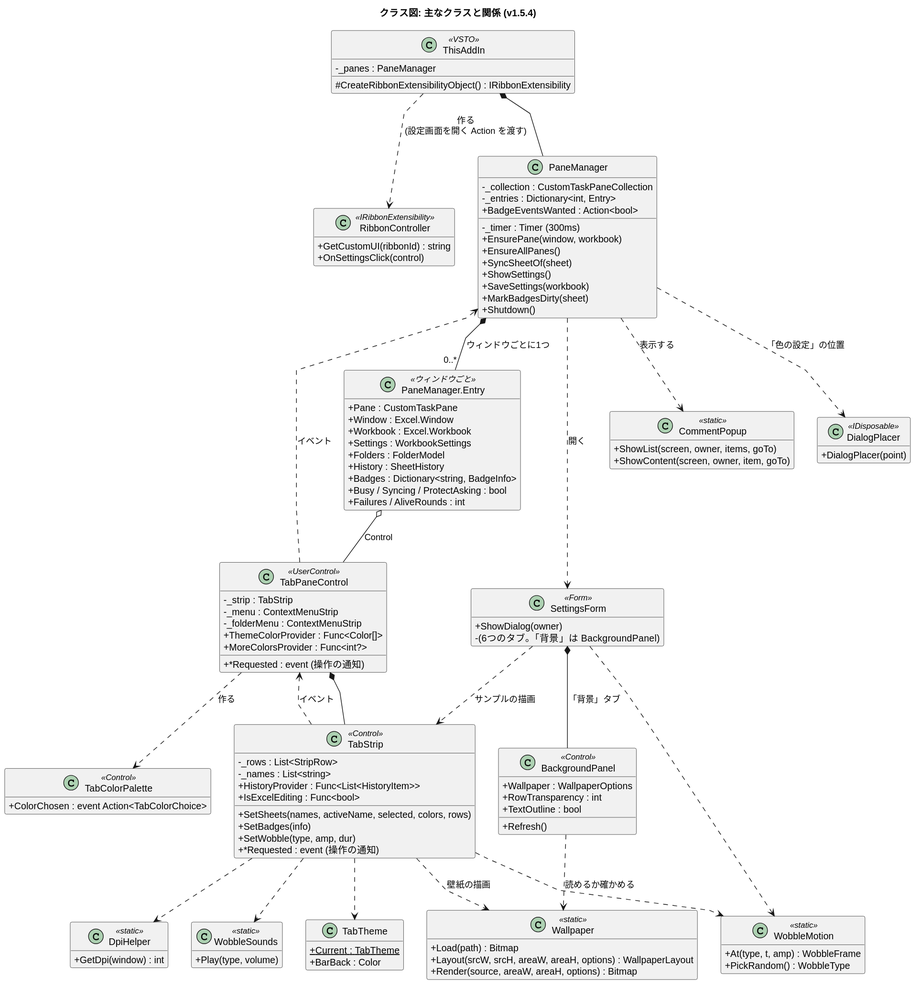
The PlantUML diagram docs/class-structure.svg in nk-taka623/VerticalSheetTabs, before a commit.
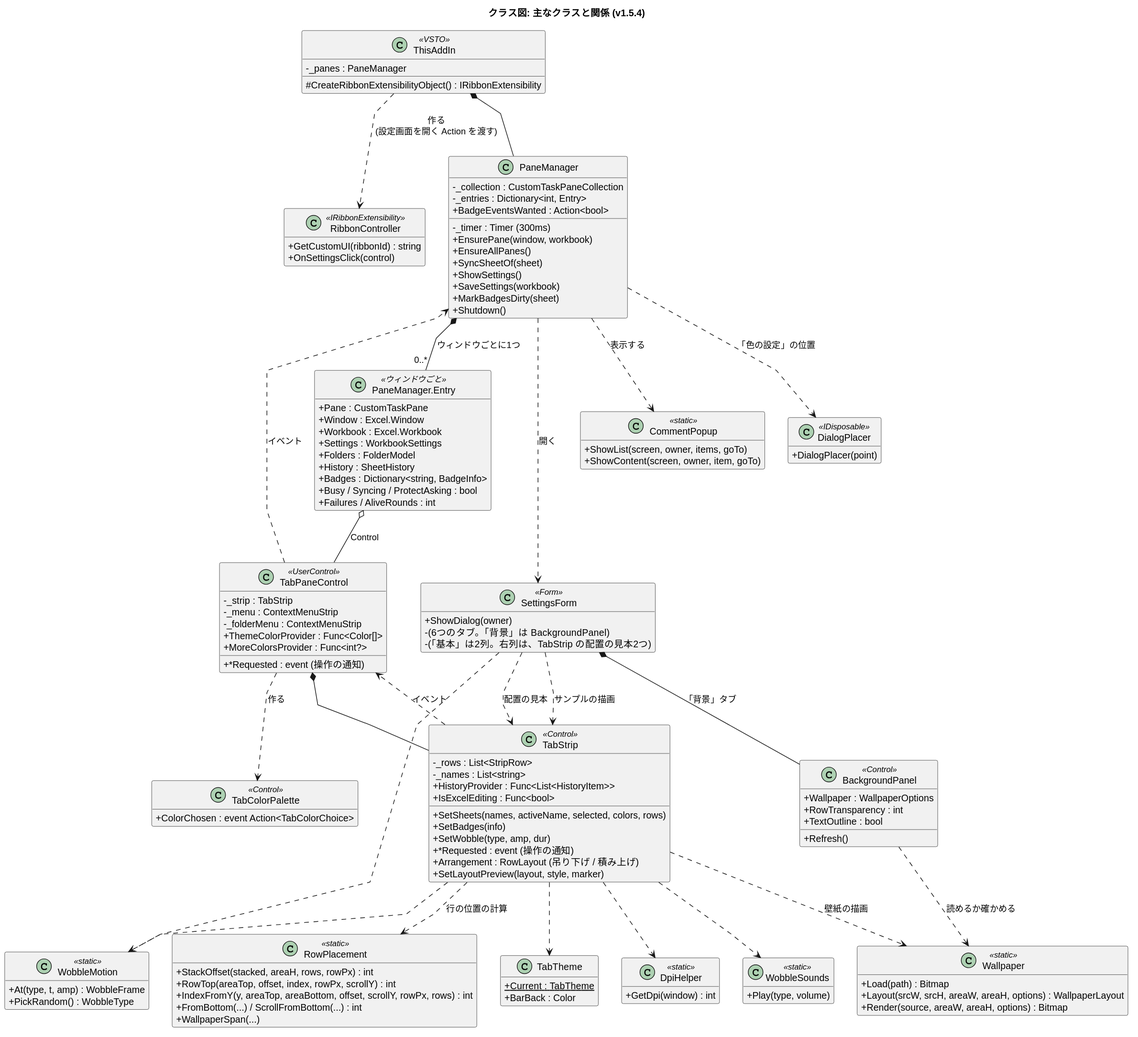
The same file after the commit.

The edit, as a diff of the source:
```diff
@@ -59,6 +59,16 @@
   +*Requested : event (操作の通知)
   +HistoryProvider : Func<List<HistoryItem>>
   +IsExcelEditing : Func<bool>
+  +Arrangement : RowLayout (吊り下げ / 積み上げ)
+  +SetLayoutPreview(layout, style, marker)
+}
+
+class RowPlacement <<static>> {
+  +StackOffset(stacked, areaH, rows, rowPx) : int
+  +RowTop(areaTop, offset, index, rowPx, scrollY) : int
+  +IndexFromY(y, areaTop, areaBottom, offset, scrollY, rowPx, rows) : int
+  +FromBottom(...) / ScrollFromBottom(...) : int
+  +WallpaperSpan(...)
 }
 
 class TabColorPalette <<Control>> {
@@ -68,6 +78,7 @@
 class SettingsForm <<Form>> {
   +ShowDialog(owner)
   -(6つのタブ。「背景」は BackgroundPanel)
+  -(「基本」は2列。右列は、TabStrip の配置の見本2つ)
 }
 
 class BackgroundPanel <<Control>> {
@@ -130,4 +141,6 @@
 SettingsForm *-- BackgroundPanel : 「背景」タブ
 BackgroundPanel ..> Wallpaper : 読めるか確かめる
 TabStrip ..> Wallpaper : 壁紙の描画
+TabStrip ..> RowPlacement : 行の位置の計算
+SettingsForm ..> TabStrip : 配置の見本
 @enduml
```
